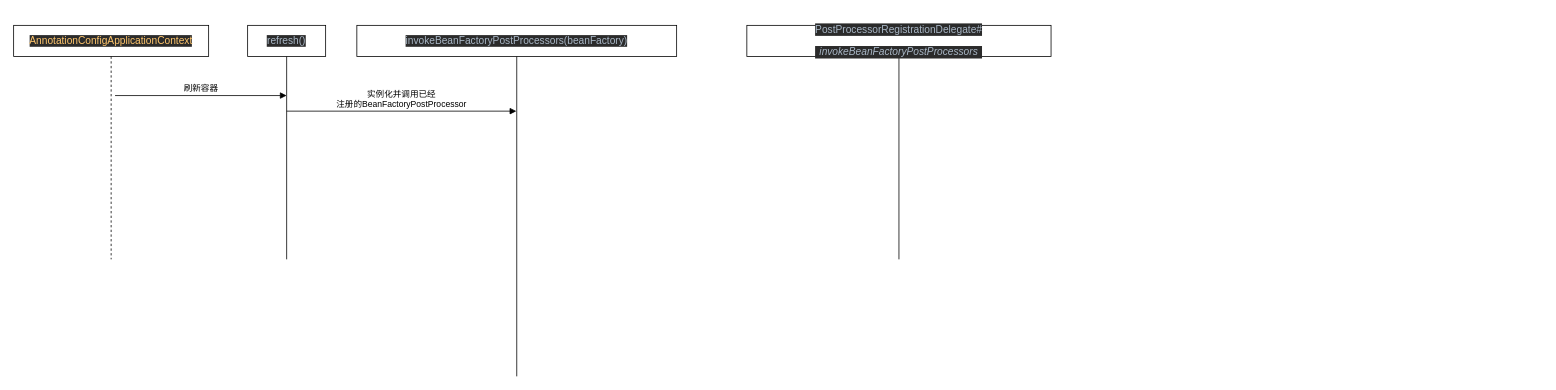
LiHuiBin1995/study-java keeps this draw.io diagram as page "invokeBeanDefinitionRegistryPostProcessors方法调用链" (6 of 6) of spring/IOC加载流程.drawio. Above is the earlier version. Source tidied: cells renumbered, new cells numbered last; positions are measured from the earlier drawing's top-left corner, leaving out a move shared by most shapes. Both pictures are drawn from the tidied source at 78%, with x=0, y=0 at pixel (13, 25).
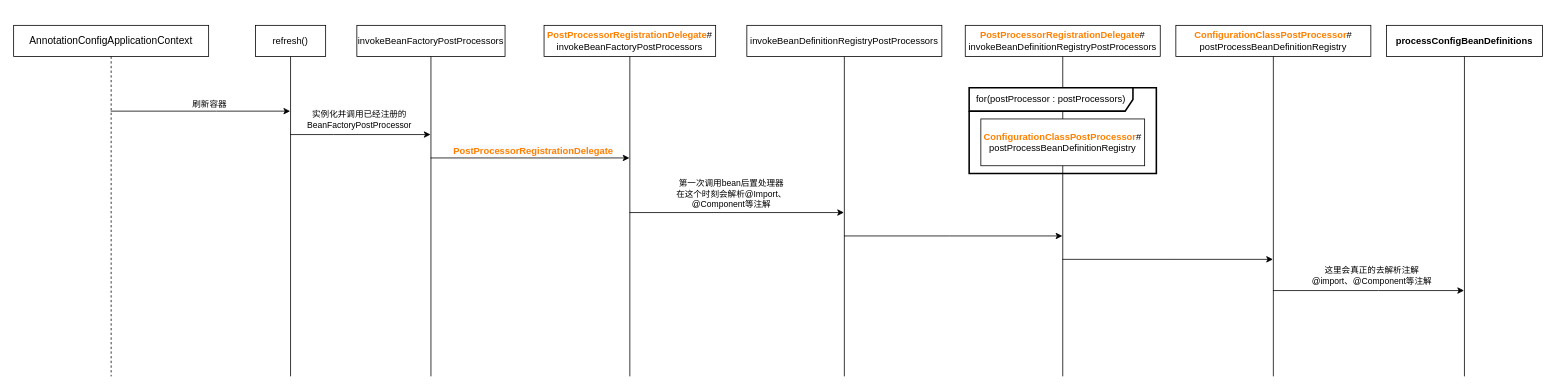
The same diagram, later.

Commit message:
更新IOC加载流程.drawio

Diff of the diagram source:
```diff
@@
+    <mxCell id="8" style="edgeStyle=orthogonalEdgeStyle;rounded=0;jettySize=auto;html=1;" parent="1" edge="1" source="2" target="3">
+      <mxGeometry relative="1" as="geometry">
+        <Array as="points">
+          <mxPoint x="260" y="110" />
+          <mxPoint x="260" y="110" />
+        </Array>
+      </mxGeometry>
+    </mxCell>
+    <mxCell id="6" value="刷新容器" style="edgeLabel;html=1;align=center;verticalAlign=middle;" parent="8" vertex="1">
+      <mxGeometry x="0.18" y="3" relative="1" as="geometry">
+        <mxPoint x="-10" y="-7" as="offset" />
+      </mxGeometry>
+    </mxCell>
-    <mxCell id="2" value="&lt;pre style=&quot;background-color: #2b2b2b ; color: #a9b7c6 ; font-family: &amp;#34;jetbrains mono&amp;#34; ; font-size: 9.8pt&quot;&gt;&lt;span style=&quot;color: #ffc66d&quot;&gt;AnnotationConfigApplicationContext&lt;/span&gt;&lt;/pre&gt;" style="shape=umlLifeline;perimeter=lifelinePerimeter;whiteSpace=wrap;html=1;outlineConnect=0;" parent="1" vertex="1">
-      <mxGeometry width="250" height="300" as="geometry" />
+    <mxCell id="2" value="&lt;pre style=&quot;font-family: &amp;#34;jetbrains mono&amp;#34; ; font-size: 9.8pt&quot;&gt;&lt;span style=&quot;background-color: rgb(255 , 255 , 255)&quot;&gt;AnnotationConfigApplicationContext&lt;/span&gt;&lt;/pre&gt;" style="shape=umlLifeline;perimeter=lifelinePerimeter;whiteSpace=wrap;html=1;outlineConnect=0;" parent="1" vertex="1">
+      <mxGeometry width="250" height="450" as="geometry" />
     </mxCell>
+    <mxCell id="9" style="edgeStyle=orthogonalEdgeStyle;rounded=0;jettySize=auto;html=1;" parent="1" edge="1" source="3" target="4">
+      <mxGeometry relative="1" as="geometry">
+        <Array as="points">
+          <mxPoint x="410" y="140" />
+          <mxPoint x="410" y="140" />
+        </Array>
+      </mxGeometry>
+    </mxCell>
+    <mxCell id="10" value="实例化并调用已经注册的&lt;br&gt;BeanFactoryPostProcessor" style="edgeLabel;html=1;align=center;verticalAlign=middle;" parent="9" vertex="1">
+      <mxGeometry x="-0.14" relative="1" as="geometry">
+        <mxPoint x="11" y="-20" as="offset" />
+      </mxGeometry>
+    </mxCell>
-    <mxCell id="3" value="&lt;pre style=&quot;background-color: #2b2b2b ; color: #a9b7c6 ; font-family: &amp;#34;jetbrains mono&amp;#34; ; font-size: 9.8pt&quot;&gt;refresh()&lt;/pre&gt;" style="shape=umlLifeline;perimeter=lifelinePerimeter;whiteSpace=wrap;html=1;outlineConnect=0;lifelineDashed=0;" parent="1" vertex="1">
-      <mxGeometry x="300" width="100" height="300" as="geometry" />
+    <mxCell id="3" value="refresh()" style="shape=umlLifeline;perimeter=lifelinePerimeter;whiteSpace=wrap;outlineConnect=0;lifelineDashed=0;html=1;" parent="1" vertex="1">
+      <mxGeometry x="310" width="90" height="450" as="geometry" />
     </mxCell>
+    <mxCell id="11" style="edgeStyle=orthogonalEdgeStyle;rounded=0;jettySize=auto;html=1;spacingBottom=0;" parent="1" edge="1" source="4" target="15">
+      <mxGeometry relative="1" as="geometry">
+        <Array as="points">
+          <mxPoint x="670" y="170" />
+          <mxPoint x="670" y="170" />
+        </Array>
+      </mxGeometry>
+    </mxCell>
+    <mxCell id="12" value="&lt;b style=&quot;font-size: 12px ; background-color: rgb(248 , 249 , 250)&quot;&gt;&lt;font color=&quot;#ff8000&quot;&gt;PostProcessorRegistrationDelegate&lt;/font&gt;&lt;/b&gt;" style="edgeLabel;html=1;align=center;verticalAlign=middle;" parent="11" vertex="1">
+      <mxGeometry x="-0.08" y="1" relative="1" as="geometry">
+        <mxPoint x="14" y="-9" as="offset" />
+      </mxGeometry>
+    </mxCell>
-    <mxCell id="4" value="&lt;pre style=&quot;background-color: #2b2b2b ; color: #a9b7c6 ; font-family: &amp;#34;jetbrains mono&amp;#34; ; font-size: 9.8pt&quot;&gt;&lt;pre style=&quot;font-family: &amp;#34;jetbrains mono&amp;#34; ; font-size: 9.8pt&quot;&gt;invokeBeanFactoryPostProcessors(beanFactory)&lt;/pre&gt;&lt;/pre&gt;" style="shape=umlLifeline;perimeter=lifelinePerimeter;whiteSpace=wrap;html=1;outlineConnect=0;lifelineDashed=0;" parent="1" vertex="1">
-      <mxGeometry x="440" width="410" height="450" as="geometry" />
+    <mxCell id="4" value="invokeBeanFactoryPostProcessors" style="shape=umlLifeline;perimeter=lifelinePerimeter;whiteSpace=wrap;outlineConnect=0;lifelineDashed=0;html=1;" parent="1" vertex="1">
+      <mxGeometry x="440" width="190" height="450" as="geometry" />
     </mxCell>
-    <mxCell id="5" value="实例化并调用已经&lt;br&gt;注册的BeanFactoryPostProcessor" style="html=1;verticalAlign=bottom;endArrow=block;" parent="1" edge="1" target="4">
-      <mxGeometry relative="1" as="geometry">
-        <mxPoint x="350" y="110" as="sourcePoint" />
-      </mxGeometry>
-    </mxCell>
-    <mxCell id="6" value="刷新容器" style="html=1;verticalAlign=bottom;endArrow=block;" parent="1" edge="1">
-      <mxGeometry relative="1" as="geometry">
-        <mxPoint x="130" y="90" as="sourcePoint" />
-        <mxPoint x="350" y="90" as="targetPoint" />
-      </mxGeometry>
-    </mxCell>
-    <mxCell id="7" value="&lt;pre style=&quot;background-color: #2b2b2b ; color: #a9b7c6 ; font-family: &amp;#34;jetbrains mono&amp;#34; ; font-size: 9.8pt&quot;&gt;PostProcessorRegistrationDelegate#&lt;/pre&gt;&lt;pre style=&quot;background-color: #2b2b2b ; color: #a9b7c6 ; font-family: &amp;#34;jetbrains mono&amp;#34; ; font-size: 9.8pt&quot;&gt;&lt;span style=&quot;font-style: italic&quot;&gt;invokeBeanFactoryPostProcessors&lt;/span&gt;&lt;/pre&gt;" style="shape=umlLifeline;perimeter=lifelinePerimeter;whiteSpace=wrap;html=1;lifelineDashed=0;" parent="1" vertex="1">
-      <mxGeometry x="940" width="390" height="300" as="geometry" />
-    </mxCell>
+    <mxCell id="13" style="edgeStyle=orthogonalEdgeStyle;rounded=0;jettySize=auto;html=1;" parent="1" edge="1" source="15" target="17">
+      <mxGeometry relative="1" as="geometry">
+        <Array as="points">
+          <mxPoint x="930" y="240" />
+          <mxPoint x="930" y="240" />
+        </Array>
+      </mxGeometry>
+    </mxCell>
+    <mxCell id="14" value="第一次调用bean后置处理器&lt;br&gt;在这个时刻会解析@Import、&lt;br&gt;@Component等注解" style="edgeLabel;html=1;align=center;verticalAlign=middle;" parent="13" vertex="1">
+      <mxGeometry x="-0.14" y="4" relative="1" as="geometry">
+        <mxPoint x="12" y="-21" as="offset" />
+      </mxGeometry>
+    </mxCell>
+    <mxCell id="15" value="&lt;b&gt;&lt;font color=&quot;#ff8000&quot;&gt;PostProcessorRegistrationDelegate&lt;/font&gt;&lt;/b&gt;#&lt;br&gt;invokeBeanFactoryPostProcessors" style="shape=umlLifeline;perimeter=lifelinePerimeter;whiteSpace=wrap;outlineConnect=0;lifelineDashed=0;html=1;" parent="1" vertex="1">
+      <mxGeometry x="680" width="220" height="450" as="geometry" />
+    </mxCell>
+    <mxCell id="16" style="edgeStyle=orthogonalEdgeStyle;rounded=0;jettySize=auto;html=1;" parent="1" edge="1" source="17" target="19">
+      <mxGeometry relative="1" as="geometry">
+        <Array as="points">
+          <mxPoint x="1200" y="270" />
+          <mxPoint x="1200" y="270" />
+        </Array>
+      </mxGeometry>
+    </mxCell>
+    <mxCell id="17" value="invokeBeanDefinitionRegistryPostProcessors" style="shape=umlLifeline;perimeter=lifelinePerimeter;whiteSpace=wrap;outlineConnect=0;lifelineDashed=0;html=1;" parent="1" vertex="1">
+      <mxGeometry x="940" width="250" height="450" as="geometry" />
+    </mxCell>
+    <mxCell id="18" style="edgeStyle=orthogonalEdgeStyle;rounded=0;jettySize=auto;html=1;" parent="1" edge="1" source="19" target="21">
+      <mxGeometry relative="1" as="geometry">
+        <Array as="points">
+          <mxPoint x="1480" y="300" />
+          <mxPoint x="1480" y="300" />
+        </Array>
+      </mxGeometry>
+    </mxCell>
+    <mxCell id="19" value="&lt;font color=&quot;#ff8000&quot;&gt;&lt;b&gt;PostProcessorRegistrationDelegate&lt;/b&gt;&lt;/font&gt;#&lt;br&gt;invokeBeanDefinitionRegistryPostProcessors" style="shape=umlLifeline;perimeter=lifelinePerimeter;whiteSpace=wrap;outlineConnect=0;lifelineDashed=0;html=1;" parent="1" vertex="1">
+      <mxGeometry x="1220" width="250" height="450" as="geometry" />
+    </mxCell>
+    <mxCell id="20" style="group;" parent="1" vertex="1">
+      <mxGeometry x="1490" width="250" height="450" as="geometry" />
+    </mxCell>
+    <mxCell id="21" value="&lt;font color=&quot;#ff8000&quot;&gt;&lt;b&gt;ConfigurationClassPostProcessor&lt;/b&gt;&lt;/font&gt;#&lt;br&gt;postProcessBeanDefinitionRegistry" style="shape=umlLifeline;perimeter=lifelinePerimeter;whiteSpace=wrap;outlineConnect=0;lifelineDashed=0;html=1;" parent="20" vertex="1">
+      <mxGeometry width="250" height="450" as="geometry" />
+    </mxCell>
+    <mxCell id="22" value="for(postProcessor : postProcessors)" style="shape=umlFrame;whiteSpace=wrap;html=1;rounded=0;fontSize=12;fontColor=#000000;strokeWidth=2;fillColor=#FFFFFF;gradientColor=#ffffff;verticalAlign=middle;width=210;height=30;" parent="1" vertex="1">
+      <mxGeometry x="1225" y="80" width="240" height="110" as="geometry" />
+    </mxCell>
+    <mxCell id="23" value="&lt;font color=&quot;#ff8000&quot;&gt;&lt;b&gt;ConfigurationClassPostProcessor&lt;/b&gt;&lt;/font&gt;#&lt;br&gt;postProcessBeanDefinitionRegistry" style="rounded=0;whiteSpace=wrap;html=1;" parent="1" vertex="1">
+      <mxGeometry x="1240" y="120" width="210" height="60" as="geometry" />
+    </mxCell>
+    <mxCell id="24" value="&lt;b&gt;processConfigBeanDefinitions&lt;/b&gt;" style="shape=umlLifeline;perimeter=lifelinePerimeter;whiteSpace=wrap;outlineConnect=0;lifelineDashed=0;html=1;" parent="1" vertex="1">
+      <mxGeometry x="1760" width="200" height="450" as="geometry" />
+    </mxCell>
+    <mxCell id="25" style="edgeStyle=orthogonalEdgeStyle;rounded=0;jettySize=auto;html=1;" parent="1" edge="1" source="21" target="24">
+      <mxGeometry relative="1" as="geometry">
+        <Array as="points">
+          <mxPoint x="1750" y="340" />
+          <mxPoint x="1750" y="340" />
+        </Array>
+      </mxGeometry>
+    </mxCell>
+    <mxCell id="26" value="这里会真正的去解析注解&lt;br&gt;@import、@Component等注解" style="edgeLabel;html=1;align=center;verticalAlign=middle;" parent="25" vertex="1">
+      <mxGeometry x="-0.12" y="1" relative="1" as="geometry">
+        <mxPoint x="18" y="-19" as="offset" />
+      </mxGeometry>
+    </mxCell>
```
